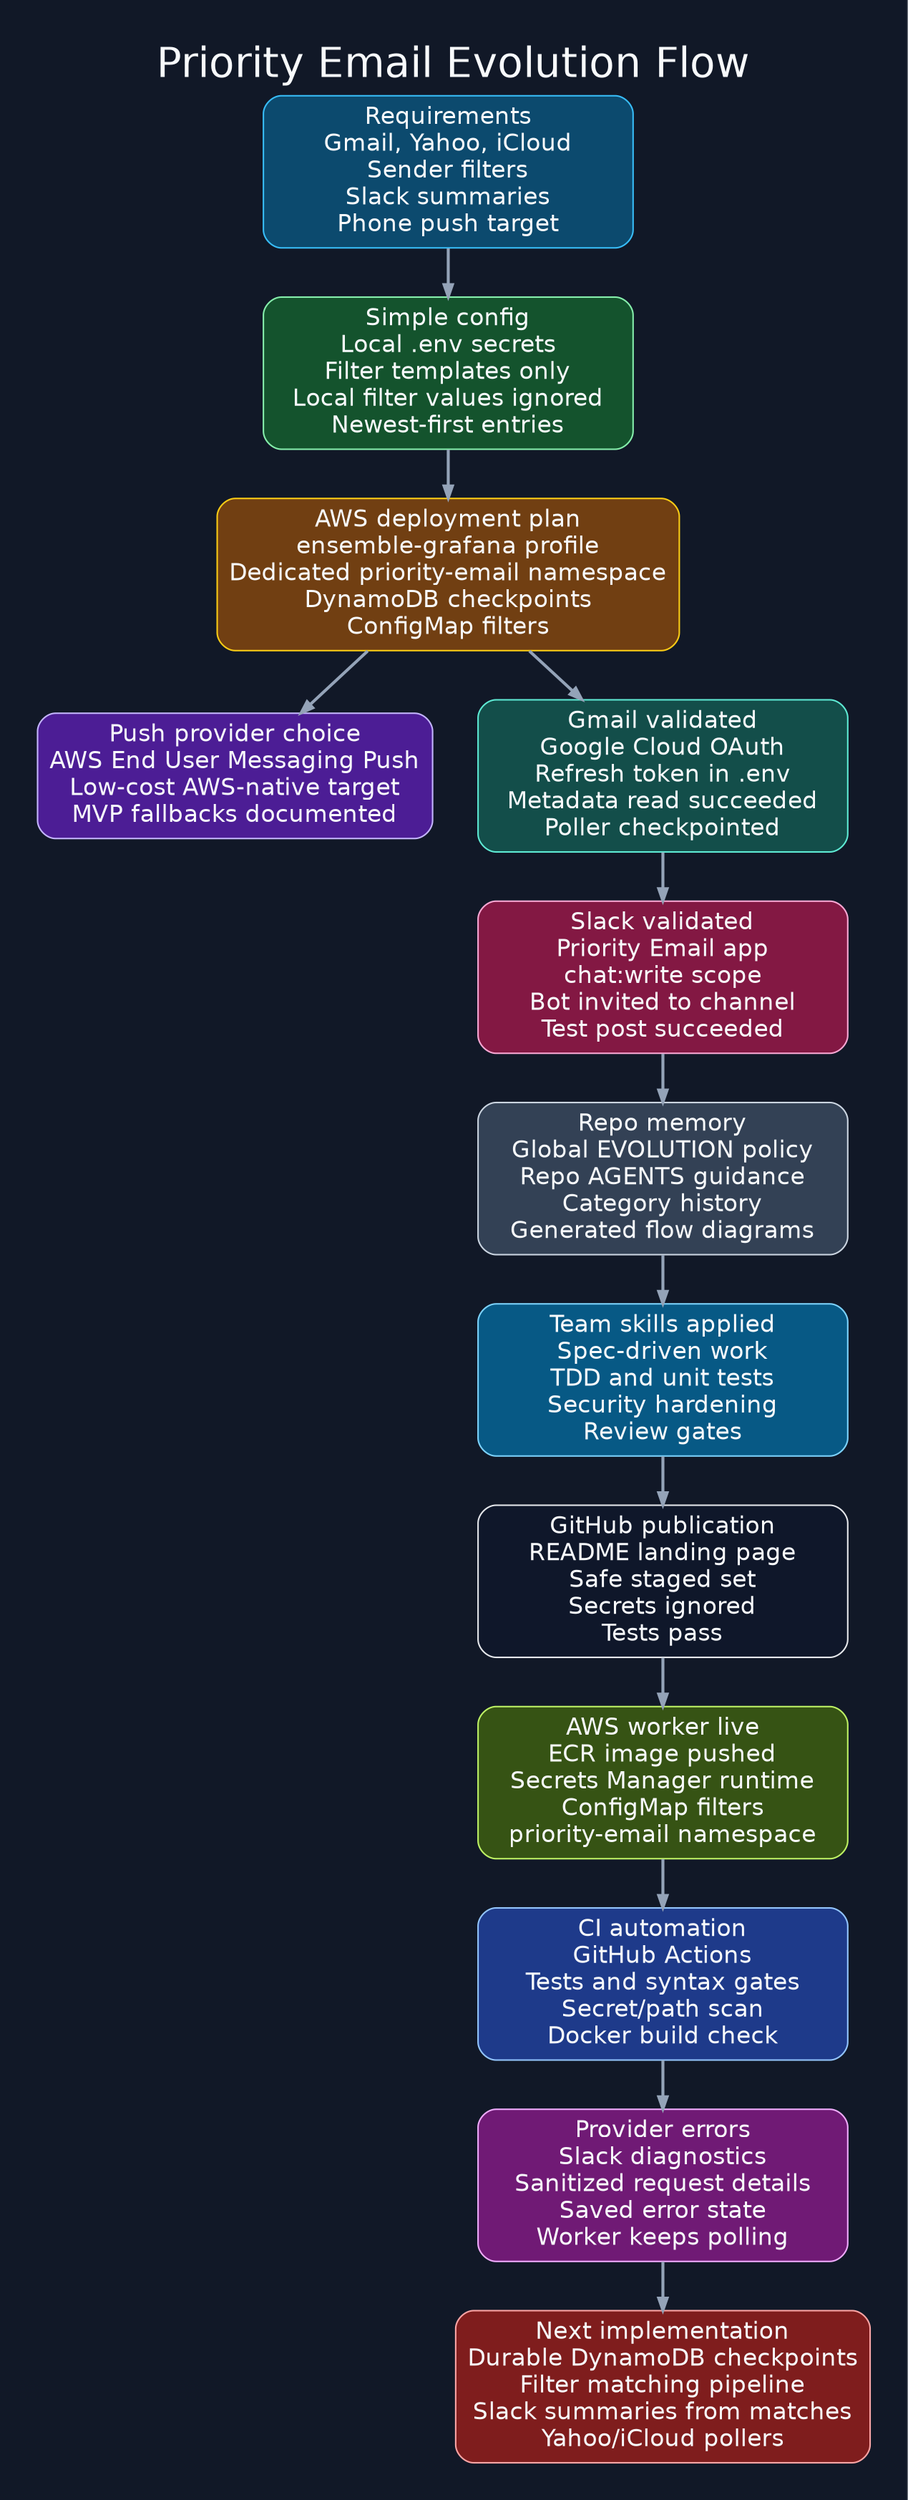
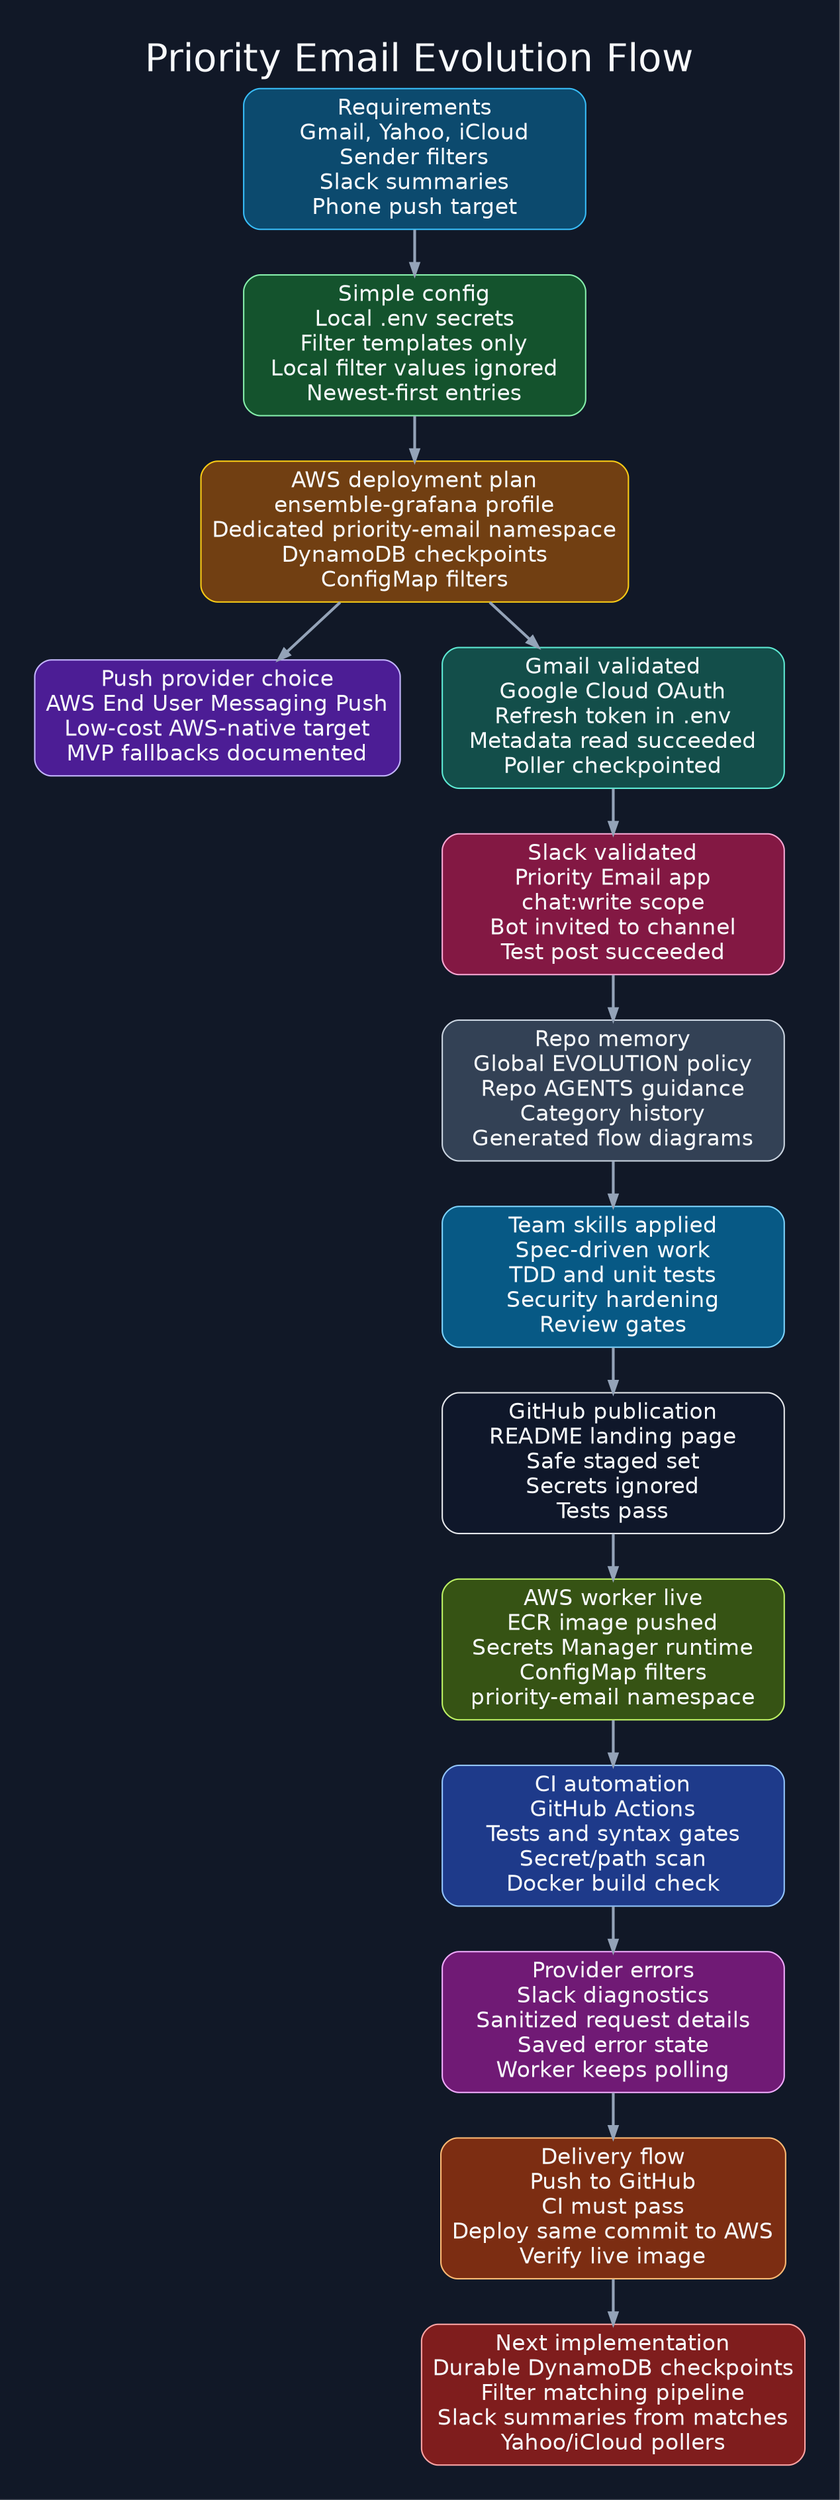
digraph priority_email_evolution_flow_dark {
  graph [
    rankdir=TB,
    bgcolor="#111827",
    pad="0.35",
    nodesep="0.42",
    ranksep="0.46",
    fontname="Helvetica",
    fontsize=28,
    fontcolor="#f8fafc",
    labelloc="t",
    label="Priority Email Evolution Flow"
  ];

  node [
    shape=box,
    style="rounded,filled",
    fontname="Helvetica",
    fontsize=16,
    margin="0.11,0.08",
    width=3.45,
    color="#cbd5e1",
    fontcolor="#f8fafc"
  ];

  edge [
    color="#94a3b8",
    arrowsize=0.8,
    penwidth=2,
    fontname="Helvetica",
    fontsize=12,
    fontcolor="#e5e7eb"
  ];

  requirements [
    label="Requirements\nGmail, Yahoo, iCloud\nSender filters\nSlack summaries\nPhone push target",
    fillcolor="#0c4a6e",
    color="#38bdf8"
  ];

  config [
    label="Simple config\nLocal .env secrets\nFilter templates only\nLocal filter values ignored\nNewest-first entries",
    fillcolor="#14532d",
    color="#86efac"
  ];

  deployment [
    label="AWS deployment plan\nensemble-grafana profile\nDedicated priority-email namespace\nDynamoDB checkpoints\nConfigMap filters",
    fillcolor="#713f12",
    color="#facc15"
  ];

  push [
    label="Push provider choice\nAWS End User Messaging Push\nLow-cost AWS-native target\nMVP fallbacks documented",
    fillcolor="#4c1d95",
    color="#c4b5fd"
  ];

  gmail [
    label="Gmail validated\nGoogle Cloud OAuth\nRefresh token in .env\nMetadata read succeeded\nPoller checkpointed",
    fillcolor="#134e4a",
    color="#5eead4"
  ];

  slack [
    label="Slack validated\nPriority Email app\nchat:write scope\nBot invited to channel\nTest post succeeded",
    fillcolor="#831843",
    color="#f9a8d4"
  ];

  policy [
    label="Repo memory\nGlobal EVOLUTION policy\nRepo AGENTS guidance\nCategory history\nGenerated flow diagrams",
    fillcolor="#334155",
    color="#cbd5e1"
  ];

  quality [
    label="Team skills applied\nSpec-driven work\nTDD and unit tests\nSecurity hardening\nReview gates",
    fillcolor="#075985",
    color="#7dd3fc"
  ];

  github [
    label="GitHub publication\nREADME landing page\nSafe staged set\nSecrets ignored\nTests pass",
    fillcolor="#0f172a",
    color="#e5e7eb"
  ];

  aws_live [
    label="AWS worker live\nECR image pushed\nSecrets Manager runtime\nConfigMap filters\npriority-email namespace",
    fillcolor="#365314",
    color="#bef264"
  ];

  ci [
    label="CI automation\nGitHub Actions\nTests and syntax gates\nSecret/path scan\nDocker build check",
    fillcolor="#1e3a8a",
    color="#93c5fd"
  ];

  provider_errors [
    label="Provider errors\nSlack diagnostics\nSanitized request details\nSaved error state\nWorker keeps polling",
    fillcolor="#701a75",
    color="#f0abfc"
  ];

+   delivery_flow [
+     label="Delivery flow\nPush to GitHub\nCI must pass\nDeploy same commit to AWS\nVerify live image",
+     fillcolor="#7c2d12",
+     color="#fdba74"
+   ];
+ 
  next [
    label="Next implementation\nDurable DynamoDB checkpoints\nFilter matching pipeline\nSlack summaries from matches\nYahoo/iCloud pollers",
    fillcolor="#7f1d1d",
    color="#fca5a5"
  ];

  requirements -> config;
  config -> deployment;
  deployment -> push;
  deployment -> gmail;
  gmail -> slack;
  slack -> policy;
  policy -> quality;
  quality -> github;
  github -> aws_live;
  aws_live -> ci;
  ci -> provider_errors;
-   provider_errors -> next;
+   provider_errors -> delivery_flow;
+   delivery_flow -> next;
}
